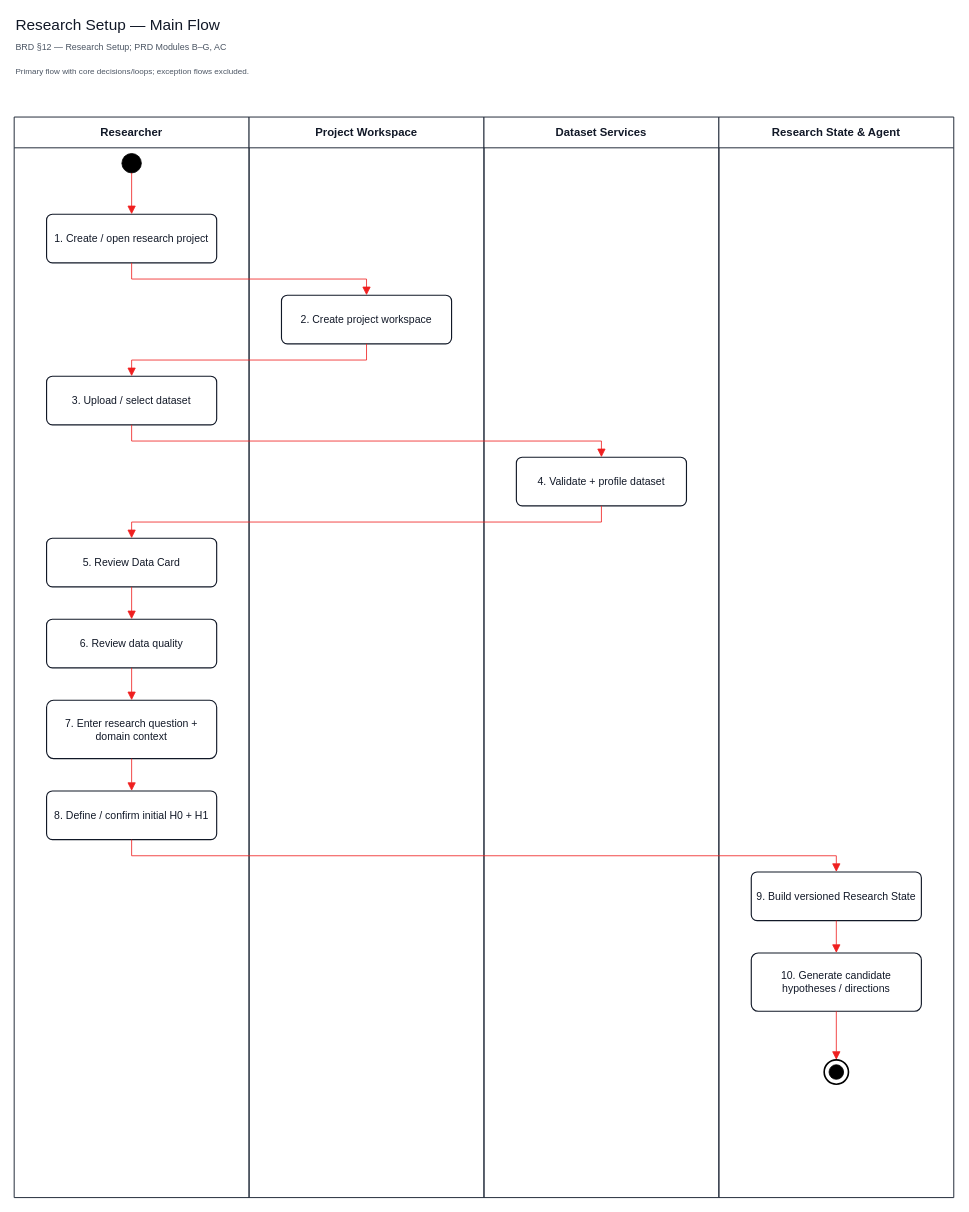
Before: page "Research Setup — Main Flow" (1 of 11) of diagrams/activity-diagrams/AI-Research-Experimentation-Platform-Activity-Main-Flows.drawio in capstone-project-beyond8/capstone-project-docs, a draw.io diagram. Source tidied: cells renumbered, new cells numbered last; positions are measured from the earlier drawing's top-left corner, leaving out a move shared by most shapes. Both pictures are drawn from the tidied source at 81%, with x=0, y=0 at pixel (14, 14).
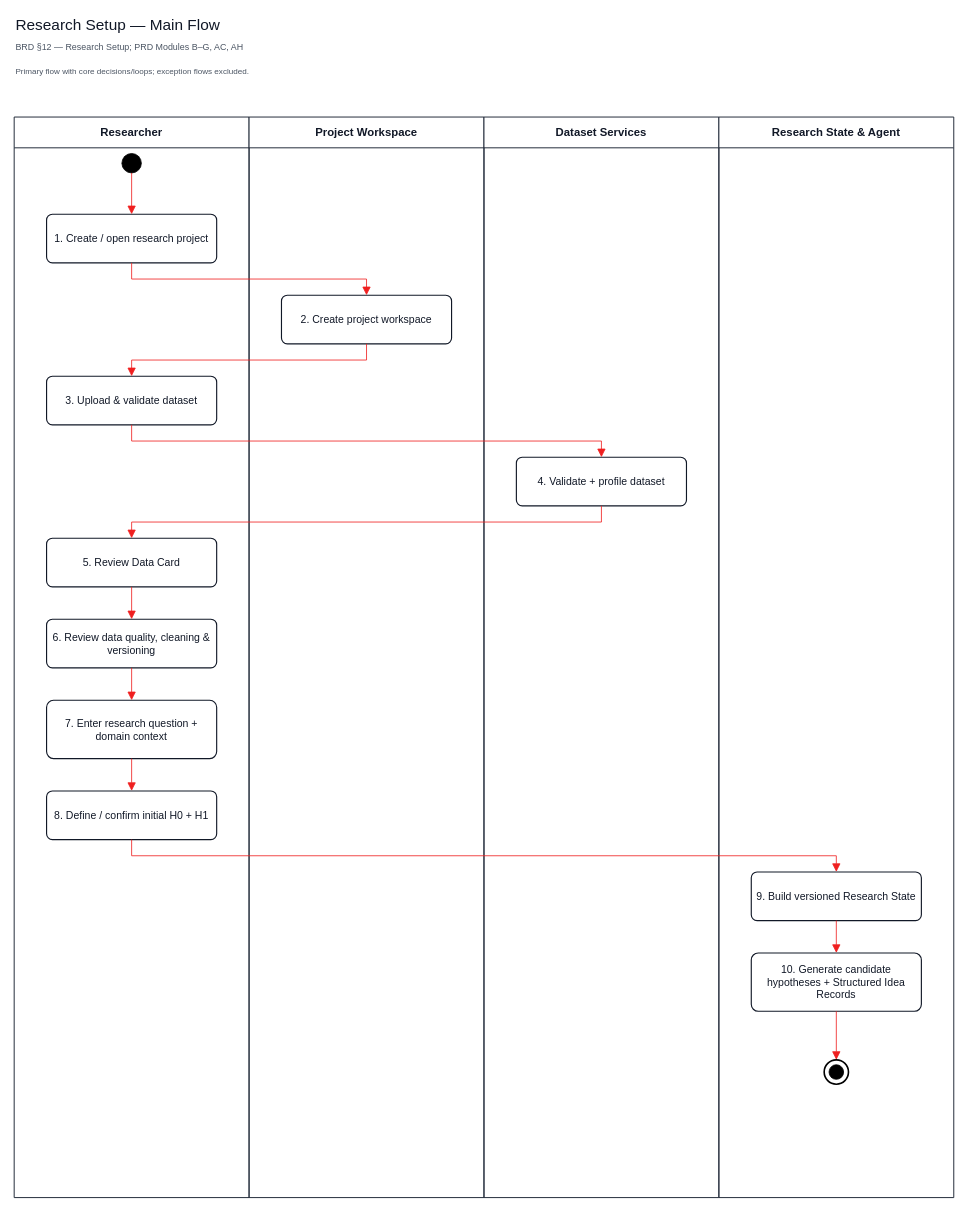
After the change.

Unchanged cells that the change refers to:
```xml
<mxCell id="5" value="Researcher" style="swimlane;html=1;horizontal=1;startSize=38;whiteSpace=wrap;fillColor=#ffffff;strokeColor=#1f2937;strokeWidth=1.2;fontColor=#111827;fontFamily=Helvetica;fontSize=14;fontStyle=1;" parent="1" vertex="1">
  <mxGeometry y="127" width="290" height="1334" as="geometry" />
</mxCell>
<mxCell id="8" value="Research State &amp; Agent" style="swimlane;html=1;horizontal=1;startSize=38;whiteSpace=wrap;fillColor=#ffffff;strokeColor=#1f2937;strokeWidth=1.2;fontColor=#111827;fontFamily=Helvetica;fontSize=14;fontStyle=1;" parent="1" vertex="1">
  <mxGeometry x="870" y="127" width="290" height="1334" as="geometry" />
</mxCell>
```

Change to the diagram source:
```diff
@@
-    <mxCell id="3" value="BRD §12 — Research Setup; PRD Modules B–G, AC" style="text;html=1;whiteSpace=wrap;align=left;verticalAlign=middle;fontColor=#4b5563;fontFamily=Helvetica;fontSize=11;" parent="1" vertex="1">
+    <mxCell id="3" value="BRD §12 — Research Setup; PRD Modules B–G, AC, AH" style="text;html=1;whiteSpace=wrap;align=left;verticalAlign=middle;fontColor=#4b5563;fontFamily=Helvetica;fontSize=11;" parent="1" vertex="1">
       <mxGeometry y="30" width="1160" height="22" as="geometry" />
     </mxCell>
@@
-    <mxCell id="12" value="3. Upload / select dataset" style="rounded=1;arcSize=12;whiteSpace=wrap;html=1;align=center;verticalAlign=middle;fillColor=#ffffff;strokeColor=#111827;strokeWidth=1.4;fontColor=#111827;fontFamily=Helvetica;fontSize=13;spacing=6;" parent="5" vertex="1">
+    <mxCell id="12" value="3. Upload &amp; validate dataset" style="rounded=1;arcSize=12;whiteSpace=wrap;html=1;align=center;verticalAlign=middle;fillColor=#ffffff;strokeColor=#111827;strokeWidth=1.4;fontColor=#111827;fontFamily=Helvetica;fontSize=13;spacing=6;" parent="5" vertex="1">
       <mxGeometry x="40" y="320" width="210" height="60" as="geometry" />
     </mxCell>
@@
-    <mxCell id="15" value="6. Review data quality" style="rounded=1;arcSize=12;whiteSpace=wrap;html=1;align=center;verticalAlign=middle;fillColor=#ffffff;strokeColor=#111827;strokeWidth=1.4;fontColor=#111827;fontFamily=Helvetica;fontSize=13;spacing=6;" parent="5" vertex="1">
+    <mxCell id="15" value="6. Review data quality, cleaning &amp; versioning" style="rounded=1;arcSize=12;whiteSpace=wrap;html=1;align=center;verticalAlign=middle;fillColor=#ffffff;strokeColor=#111827;strokeWidth=1.4;fontColor=#111827;fontFamily=Helvetica;fontSize=13;spacing=6;" parent="5" vertex="1">
       <mxGeometry x="40" y="620" width="210" height="60" as="geometry" />
     </mxCell>
@@
-    <mxCell id="19" value="10. Generate candidate hypotheses / directions" style="rounded=1;arcSize=12;whiteSpace=wrap;html=1;align=center;verticalAlign=middle;fillColor=#ffffff;strokeColor=#111827;strokeWidth=1.4;fontColor=#111827;fontFamily=Helvetica;fontSize=13;spacing=6;" parent="8" vertex="1">
+    <mxCell id="19" value="10. Generate candidate hypotheses + Structured Idea Records" style="rounded=1;arcSize=12;whiteSpace=wrap;html=1;align=center;verticalAlign=middle;fillColor=#ffffff;strokeColor=#111827;strokeWidth=1.4;fontColor=#111827;fontFamily=Helvetica;fontSize=13;spacing=6;" parent="8" vertex="1">
       <mxGeometry x="40" y="1032" width="210" height="72" as="geometry" />
     </mxCell>
```
